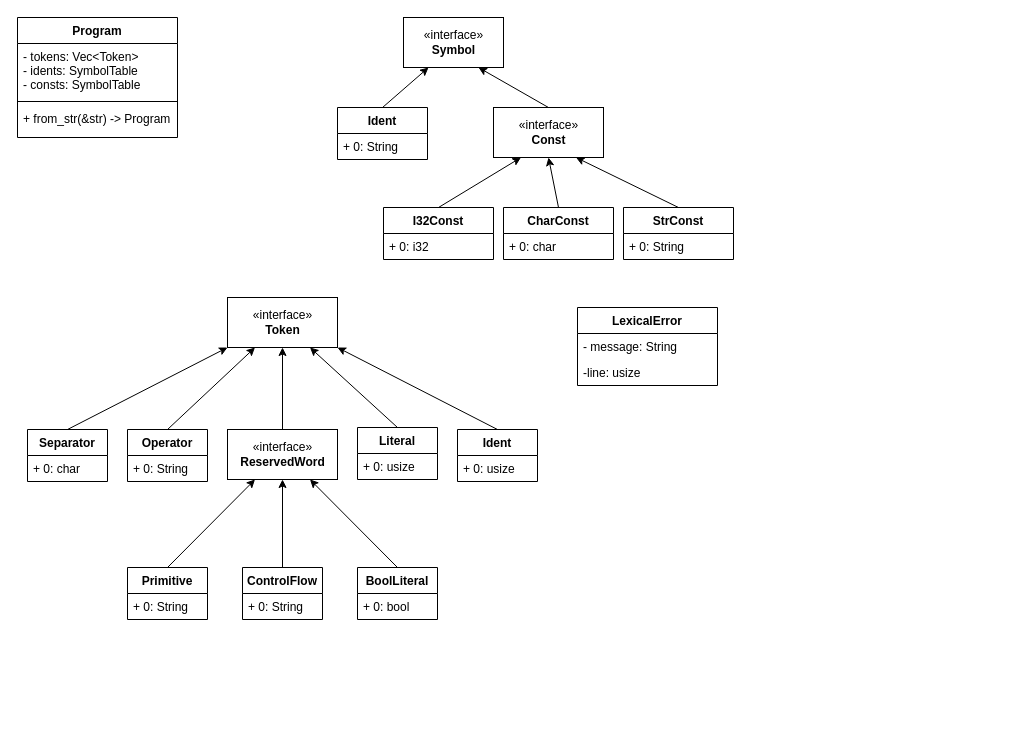
Before: uml/cool-language-compiler.drawio in LechintanTudor/cool-language, a draw.io diagram. Source tidied: cells renumbered, new cells numbered last; positions are measured from the earlier drawing's top-left corner, leaving out a move shared by most shapes. Both pictures are drawn from the tidied source at 100%, with x=0, y=0 at pixel (17, 17).
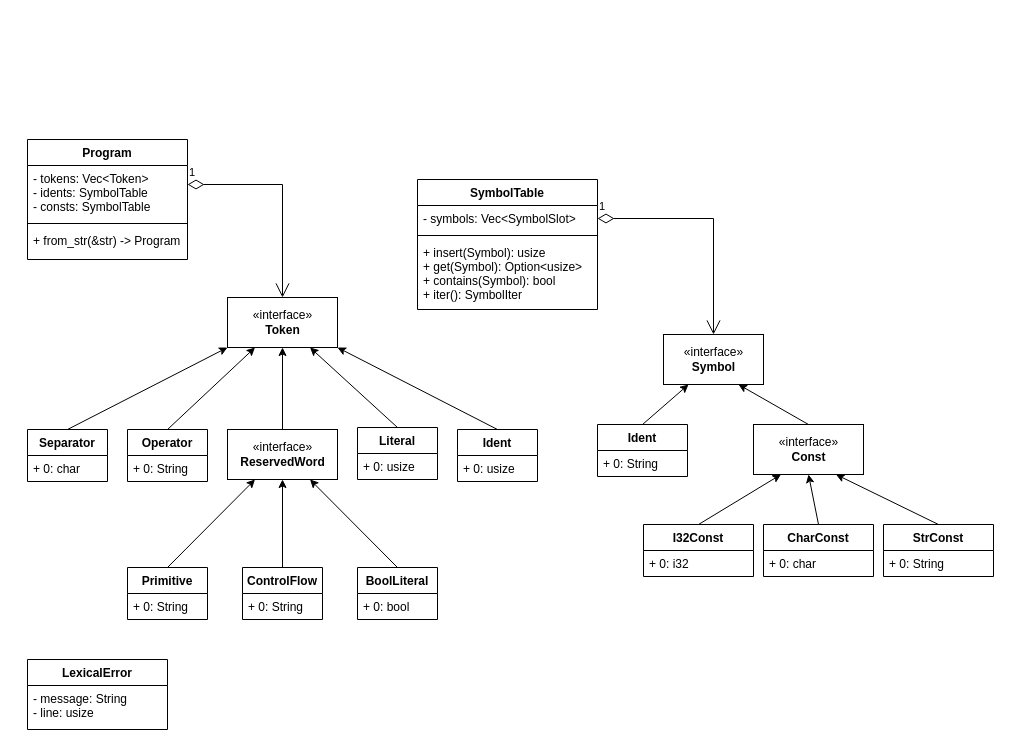
The same diagram, later.

Commit message (it also covers changes not shown here):
Update UML diagram

Unchanged cells that the change refers to:
```xml
<mxCell id="3" value="- tokens: Vec&lt;Token&gt;&#10;- idents: SymbolTable&#10;- consts: SymbolTable&#10;" style="text;strokeColor=none;fillColor=none;align=left;verticalAlign=top;spacingLeft=4;spacingRight=4;overflow=hidden;points=[[0,0.5],[1,0.5]];portConstraint=eastwest;" parent="2" vertex="1">
  <mxGeometry y="26" width="160" height="54" as="geometry" />
</mxCell>
<mxCell id="21" value="«interface»&lt;br&gt;&lt;div&gt;&lt;b&gt;Token&lt;/b&gt;&lt;/div&gt;" style="html=1;" parent="1" vertex="1">
  <mxGeometry x="210" y="280" width="110" height="50" as="geometry" />
</mxCell>
```

Change to the diagram source:
```diff
@@
     <mxCell id="2" value="Program" style="swimlane;fontStyle=1;align=center;verticalAlign=top;horizontal=1;startSize=26;" parent="1" vertex="1">
-      <mxGeometry width="160" height="120" as="geometry" />
+      <mxGeometry x="10" y="122" width="160" height="120" as="geometry" />
     </mxCell>
@@
     <mxCell id="6" value="«interface»&lt;br&gt;&lt;b&gt;Symbol&lt;/b&gt;" style="html=1;" parent="1" vertex="1">
-      <mxGeometry x="386" width="100" height="50" as="geometry" />
+      <mxGeometry x="646" y="317" width="100" height="50" as="geometry" />
     </mxCell>
     <mxCell id="7" value="Ident" style="swimlane;fontStyle=1;horizontal=1;startSize=26;fillColor=none;" parent="1" vertex="1">
-      <mxGeometry x="320" y="90" width="90" height="52" as="geometry" />
+      <mxGeometry x="580" y="407" width="90" height="52" as="geometry" />
     </mxCell>
@@
     <mxCell id="9" value="«interface»&lt;br&gt;&lt;div&gt;&lt;b&gt;Const&lt;/b&gt;&lt;/div&gt;" style="html=1;" parent="1" vertex="1">
-      <mxGeometry x="476" y="90" width="110" height="50" as="geometry" />
+      <mxGeometry x="736" y="407" width="110" height="50" as="geometry" />
     </mxCell>
     <mxCell id="10" value="I32Const" style="swimlane;fontStyle=1;horizontal=1;startSize=26;fillColor=none;" parent="1" vertex="1">
-      <mxGeometry x="366" y="190" width="110" height="52" as="geometry" />
+      <mxGeometry x="626" y="507" width="110" height="52" as="geometry" />
     </mxCell>
@@
     <mxCell id="12" value="CharConst" style="swimlane;fontStyle=1;horizontal=1;startSize=26;fillColor=none;" parent="1" vertex="1">
-      <mxGeometry x="486" y="190" width="110" height="52" as="geometry" />
+      <mxGeometry x="746" y="507" width="110" height="52" as="geometry" />
     </mxCell>
@@
     <mxCell id="14" value="StrConst" style="swimlane;fontStyle=1;horizontal=1;startSize=26;fillColor=none;" parent="1" vertex="1">
-      <mxGeometry x="606" y="190" width="110" height="52" as="geometry" />
+      <mxGeometry x="866" y="507" width="110" height="52" as="geometry" />
     </mxCell>
@@
     <mxCell id="45" value="LexicalError" style="swimlane;fontStyle=1;horizontal=1;startSize=26;fillColor=none;" parent="1" vertex="1">
-      <mxGeometry x="560" y="290" width="140" height="78" as="geometry" />
+      <mxGeometry x="10" y="642" width="140" height="70" as="geometry" />
     </mxCell>
-    <mxCell id="46" value="- message: String" style="text;strokeColor=none;fillColor=none;align=left;verticalAlign=top;spacingLeft=4;spacingRight=4;overflow=hidden;" parent="45" vertex="1">
-      <mxGeometry y="26" width="140" height="26" as="geometry" />
+    <mxCell id="46" value="- message: String&#10;- line: usize" style="text;strokeColor=none;fillColor=none;align=left;verticalAlign=top;spacingLeft=4;spacingRight=4;overflow=hidden;" parent="45" vertex="1">
+      <mxGeometry y="26" width="140" height="44" as="geometry" />
     </mxCell>
-    <mxCell id="47" value="-line: usize" style="text;strokeColor=none;fillColor=none;align=left;verticalAlign=top;spacingLeft=4;spacingRight=4;overflow=hidden;" parent="45" vertex="1">
-      <mxGeometry y="52" width="140" height="26" as="geometry" />
-    </mxCell>
+    <mxCell id="48" value="SymbolTable" style="swimlane;fontStyle=1;align=center;verticalAlign=top;horizontal=1;startSize=26;" parent="1" vertex="1">
+      <mxGeometry x="400" y="162" width="180" height="130" as="geometry" />
+    </mxCell>
+    <mxCell id="49" value="- symbols: Vec&lt;SymbolSlot&gt;" style="text;strokeColor=none;fillColor=none;align=left;verticalAlign=top;spacingLeft=4;spacingRight=4;overflow=hidden;points=[[0,0.5],[1,0.5]];portConstraint=eastwest;" parent="48" vertex="1">
+      <mxGeometry y="26" width="180" height="26" as="geometry" />
+    </mxCell>
+    <mxCell id="50" style="line;strokeWidth=1;fillColor=none;align=left;verticalAlign=middle;spacingTop=-1;spacingLeft=3;spacingRight=3;labelPosition=right;strokeColor=inherit;" parent="48" vertex="1">
+      <mxGeometry y="52" width="180" height="8" as="geometry" />
+    </mxCell>
+    <mxCell id="51" value="+ insert(Symbol): usize&#10;+ get(Symbol): Option&lt;usize&gt;&#10;+ contains(Symbol): bool&#10;+ iter(): SymbolIter&#10;" style="text;strokeColor=none;fillColor=none;align=left;verticalAlign=top;spacingLeft=4;spacingRight=4;overflow=hidden;" parent="48" vertex="1">
+      <mxGeometry y="60" width="180" height="70" as="geometry" />
+    </mxCell>
+    <mxCell id="52" value="1" style="endArrow=open;html=1;endSize=12;startArrow=diamondThin;startSize=14;startFill=0;edgeStyle=orthogonalEdgeStyle;align=left;verticalAlign=bottom;rounded=0;exitX=1;exitY=0.5;exitDx=0;exitDy=0;entryX=0.5;entryY=0;entryDx=0;entryDy=0;" parent="1" edge="1" source="49" target="6">
+      <mxGeometry x="-1" y="3" relative="1" as="geometry" />
+    </mxCell>
+    <mxCell id="53" value="1" style="endArrow=open;html=1;endSize=12;startArrow=diamondThin;startSize=14;startFill=0;edgeStyle=orthogonalEdgeStyle;align=left;verticalAlign=bottom;rounded=0;exitX=1;exitY=0.352;exitDx=0;exitDy=0;exitPerimeter=0;" parent="1" edge="1" source="3" target="21">
+      <mxGeometry x="-1" y="3" relative="1" as="geometry" />
+    </mxCell>
```
